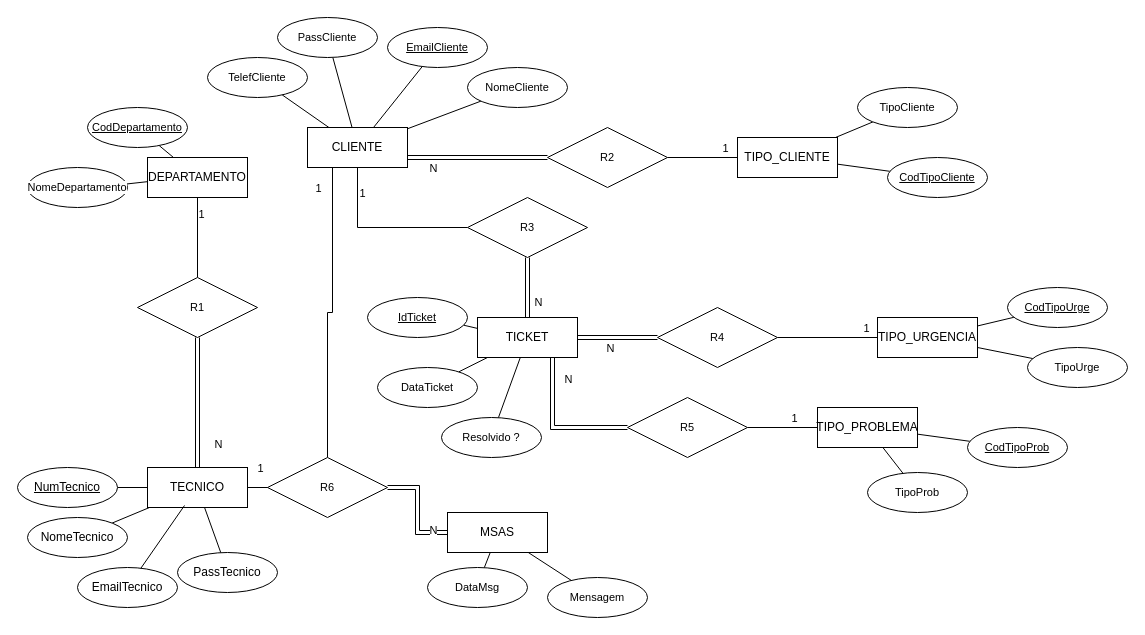
Earlier version of the draw.io diagram SistemaTickets.drawio (Afas09/Analise-de-Sistemas). Source tidied: cells renumbered, new cells numbered last; positions are measured from the earlier drawing's top-left corner, leaving out a move shared by most shapes. Both pictures are drawn from the tidied source at 100%, with x=0, y=0 at pixel (17, 17).
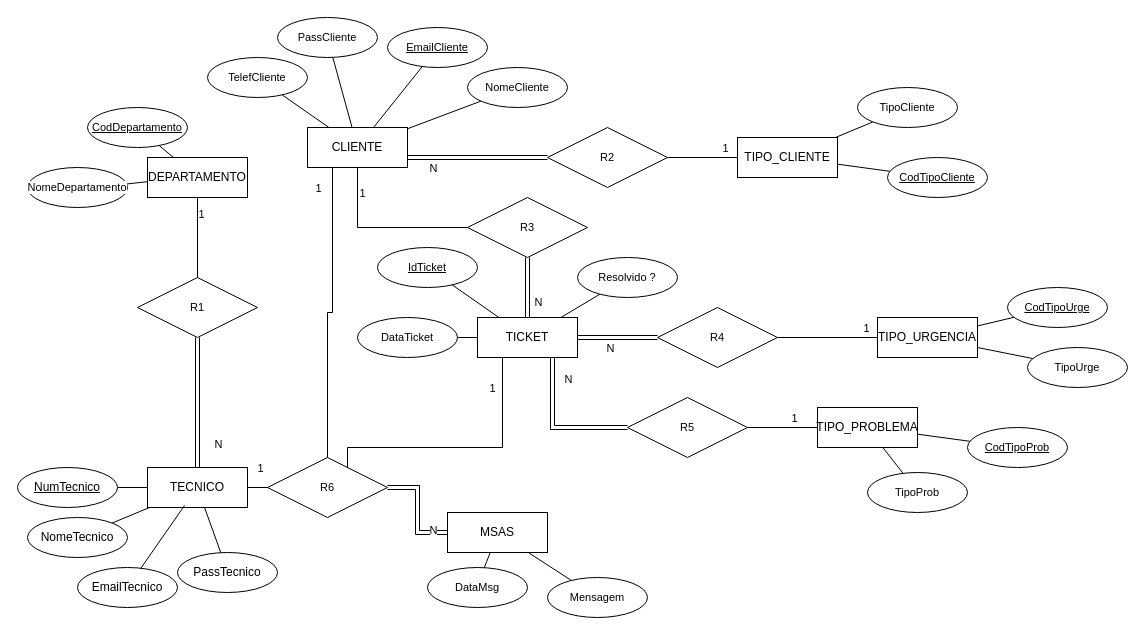
The same diagram, later.

Unchanged cells that the change refers to:
```xml
<mxCell id="8" value="TICKET" style="whiteSpace=wrap;html=1;align=center;" parent="1" vertex="1">
  <mxGeometry x="460" y="300" width="100" height="40" as="geometry" />
</mxCell>
<mxCell id="83" value="R6" style="shape=rhombus;perimeter=rhombusPerimeter;whiteSpace=wrap;html=1;align=center;fontFamily=Helvetica;fontSize=11;fontColor=default;labelBackgroundColor=default;" parent="1" vertex="1">
  <mxGeometry x="250" y="440" width="120" height="60" as="geometry" />
</mxCell>
```

Change to the diagram source:
```diff
@@
     <mxCell id="35" value="IdTicket" style="ellipse;whiteSpace=wrap;html=1;align=center;fontStyle=4;fontFamily=Helvetica;fontSize=11;fontColor=default;labelBackgroundColor=default;" parent="1" vertex="1">
-      <mxGeometry x="350" y="280" width="100" height="40" as="geometry" />
+      <mxGeometry x="360" y="230" width="100" height="40" as="geometry" />
     </mxCell>
@@
     <mxCell id="37" value="DataTicket" style="ellipse;whiteSpace=wrap;html=1;align=center;fontFamily=Helvetica;fontSize=11;fontColor=default;labelBackgroundColor=default;" parent="1" vertex="1">
-      <mxGeometry x="360" y="350" width="100" height="40" as="geometry" />
+      <mxGeometry x="340" y="300" width="100" height="40" as="geometry" />
     </mxCell>
@@
     <mxCell id="39" value="Resolvido ?" style="ellipse;whiteSpace=wrap;html=1;align=center;fontFamily=Helvetica;fontSize=11;fontColor=default;labelBackgroundColor=default;" parent="1" vertex="1">
-      <mxGeometry x="424" y="400" width="100" height="40" as="geometry" />
+      <mxGeometry x="560" y="240" width="100" height="40" as="geometry" />
     </mxCell>
@@
+    <mxCell id="84" style="edgeStyle=orthogonalEdgeStyle;shape=connector;rounded=0;jettySize=auto;html=1;entryX=0.25;entryY=1;entryDx=0;entryDy=0;strokeColor=default;align=center;verticalAlign=middle;fontFamily=Helvetica;fontSize=11;fontColor=default;labelBackgroundColor=default;endArrow=none;endFill=0;" parent="1" edge="1" source="83" target="8">
+      <mxGeometry relative="1" as="geometry">
+        <Array as="points">
+          <mxPoint x="330" y="430" />
+          <mxPoint x="485" y="430" />
+        </Array>
+      </mxGeometry>
+    </mxCell>
+    <mxCell id="85" value="1" style="edgeLabel;html=1;align=center;verticalAlign=middle;fontFamily=Helvetica;fontSize=11;fontColor=default;labelBackgroundColor=default;" parent="84" vertex="1">
+      <mxGeometry x="0.79" relative="1" as="geometry">
+        <mxPoint x="-11" y="2" as="offset" />
+      </mxGeometry>
+    </mxCell>
```
